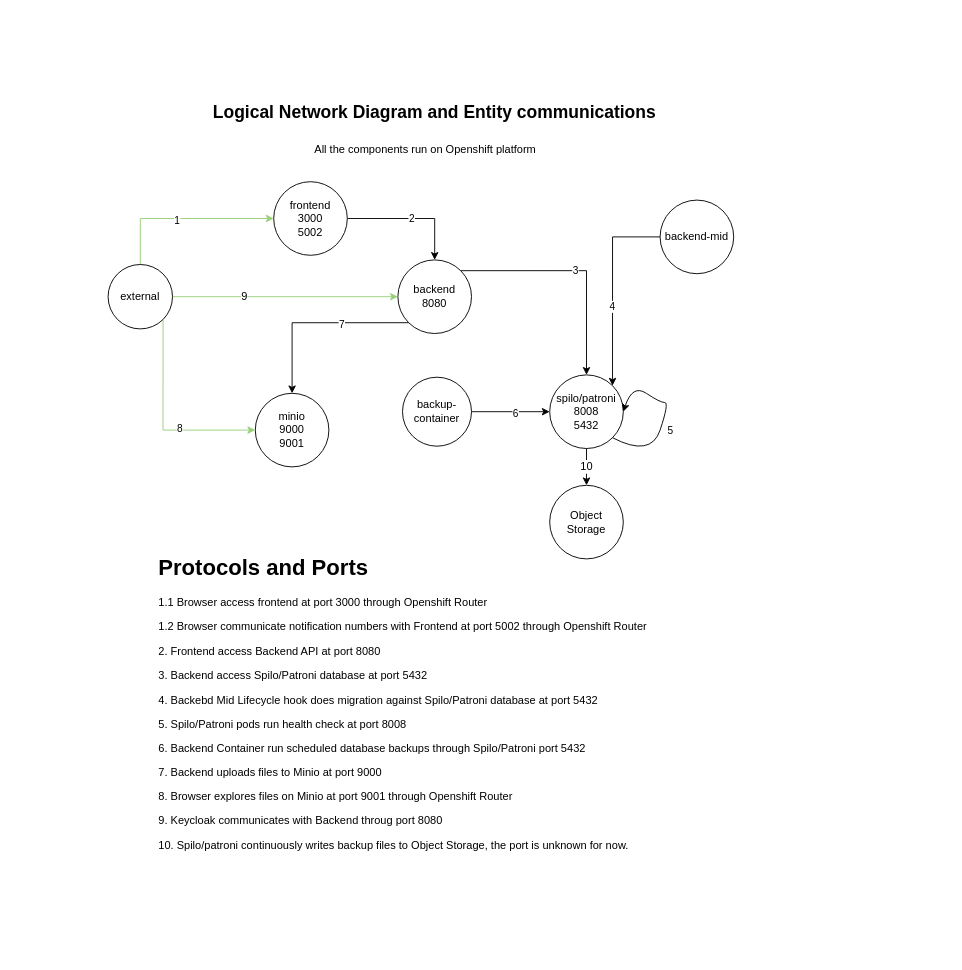
bcgov/itvr keeps this draw.io diagram as openshift/templates/architect-diagram/knp-diagram.drawio. Above is the earlier version. Source tidied: cells renumbered, new cells numbered last; positions are measured from the earlier drawing's top-left corner, leaving out a move shared by most shapes. Both pictures are drawn from the tidied source at 92%, with x=0, y=0 at pixel (108, 98).
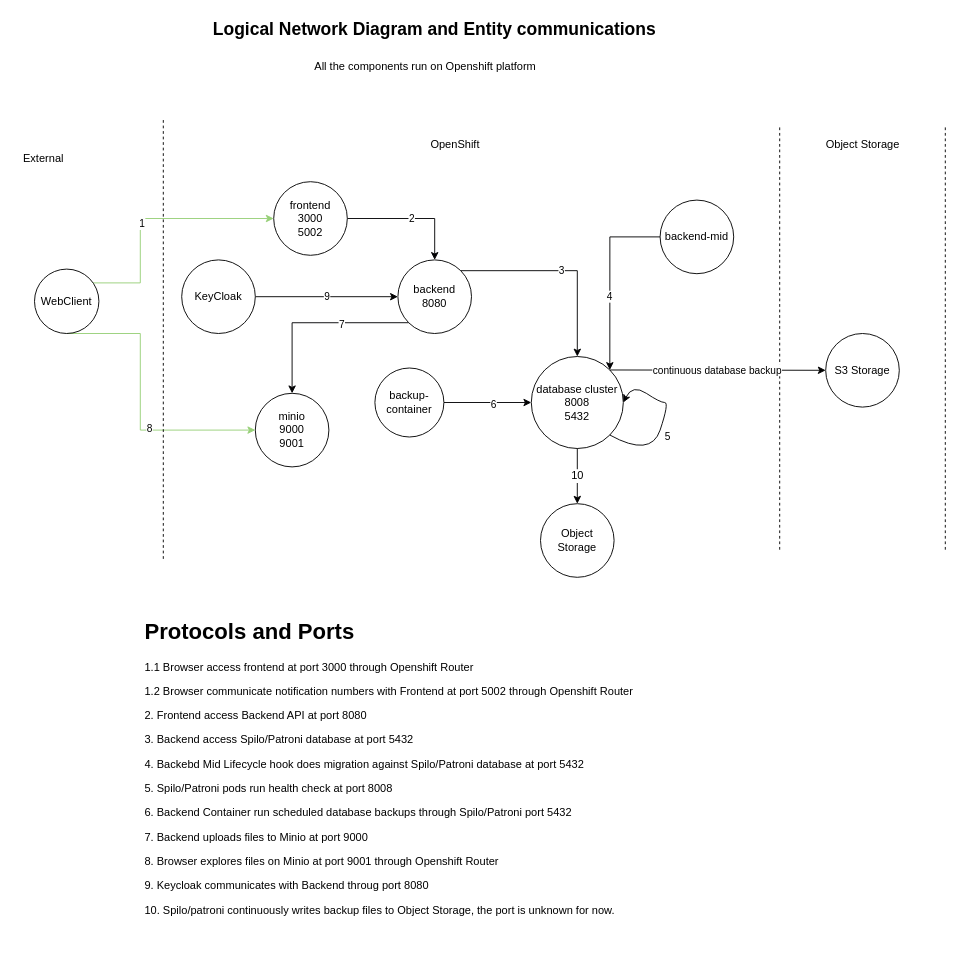
The same page after the edit.

The change refers to these unchanged cells:
```xml
<mxCell id="3" value="frontend&lt;br&gt;3000&lt;br&gt;5002" style="ellipse;whiteSpace=wrap;html=1;" parent="1" vertex="1">
  <mxGeometry x="180" y="90" width="80" height="80" as="geometry" />
</mxCell>
<mxCell id="7" value="backend&lt;br&gt;8080" style="ellipse;whiteSpace=wrap;html=1;" parent="1" vertex="1">
  <mxGeometry x="315" y="175" width="80" height="80" as="geometry" />
</mxCell>
<mxCell id="12" value="minio&lt;br&gt;9000&lt;br&gt;9001" style="ellipse;whiteSpace=wrap;html=1;" parent="1" vertex="1">
  <mxGeometry x="160" y="320" width="80" height="80" as="geometry" />
</mxCell>
```

Diff of the diagram source:
```diff
@@
-    <mxCell id="8" value="spilo/patroni&lt;br&gt;8008&lt;br&gt;5432" style="ellipse;whiteSpace=wrap;html=1;" parent="1" vertex="1">
-      <mxGeometry x="480" y="300" width="80" height="80" as="geometry" />
+    <mxCell id="8" value="database cluster&lt;br&gt;8008&lt;br&gt;5432" style="ellipse;whiteSpace=wrap;html=1;" parent="1" vertex="1">
+      <mxGeometry x="460" y="280" width="100" height="100" as="geometry" />
     </mxCell>
@@
     <mxCell id="11" value="backup-container" style="ellipse;whiteSpace=wrap;html=1;" parent="1" vertex="1">
-      <mxGeometry x="320" y="302.5" width="75" height="75" as="geometry" />
+      <mxGeometry x="290" y="292.5" width="75" height="75" as="geometry" />
     </mxCell>
@@
-    <mxCell id="13" style="edgeStyle=orthogonalEdgeStyle;rounded=0;jettySize=auto;html=1;entryX=0;entryY=0.5;entryDx=0;entryDy=0;strokeColor=#97D077;" parent="1" edge="1" source="19" target="7">
-      <mxGeometry relative="1" as="geometry" />
-    </mxCell>
-    <mxCell id="14" value="9" style="edgeLabel;html=1;align=center;verticalAlign=middle;fontSize=12;" parent="13" vertex="1">
-      <mxGeometry x="-0.37" y="1" relative="1" as="geometry" />
-    </mxCell>
-    <mxCell id="15" style="edgeStyle=orthogonalEdgeStyle;rounded=0;jettySize=auto;html=1;exitX=1;exitY=1;exitDx=0;exitDy=0;entryX=0;entryY=0.5;entryDx=0;entryDy=0;strokeColor=#97D077;" parent="1" edge="1" source="19" target="12">
+    <mxCell id="15" style="edgeStyle=orthogonalEdgeStyle;rounded=0;jettySize=auto;html=1;exitX=0.5;exitY=1;exitDx=0;exitDy=0;entryX=0;entryY=0.5;entryDx=0;entryDy=0;strokeColor=#97D077;" parent="1" edge="1" source="19" target="12">
       <mxGeometry relative="1" as="geometry">
         <Array as="points">
-          <mxPoint x="60" y="360" />
+          <mxPoint x="35" y="360" />
         </Array>
       </mxGeometry>
     </mxCell>
@@
-    <mxCell id="17" style="edgeStyle=orthogonalEdgeStyle;rounded=0;jettySize=auto;html=1;entryX=0;entryY=0.5;entryDx=0;entryDy=0;strokeColor=#97D077;" parent="1" edge="1" source="19" target="3">
+    <mxCell id="17" style="edgeStyle=orthogonalEdgeStyle;rounded=0;jettySize=auto;html=1;entryX=0;entryY=0.5;entryDx=0;entryDy=0;strokeColor=#97D077;exitX=1;exitY=0;exitDx=0;exitDy=0;" parent="1" edge="1" source="19" target="3">
       <mxGeometry relative="1" as="geometry">
         <Array as="points">
+          <mxPoint x="-20" y="200" />
+          <mxPoint x="35" y="200" />
           <mxPoint x="35" y="130" />
         </Array>
       </mxGeometry>
     </mxCell>
@@
-    <mxCell id="19" value="external" style="ellipse;whiteSpace=wrap;html=1;" parent="1" vertex="1">
-      <mxGeometry y="180" width="70" height="70" as="geometry" />
+    <mxCell id="19" value="WebClient" style="ellipse;whiteSpace=wrap;html=1;" parent="1" vertex="1">
+      <mxGeometry x="-80" y="185" width="70" height="70" as="geometry" />
     </mxCell>
@@
     <mxCell id="25" value="&lt;h1&gt;Protocols and Ports&lt;/h1&gt;&lt;p&gt;1.1 Browser access frontend at port 3000 through Openshift Router&lt;/p&gt;&lt;p&gt;1.2 Browser communicate notification numbers with Frontend at port 5002 through Openshift Router&lt;/p&gt;&lt;p&gt;2. Frontend access Backend API at port 8080&lt;/p&gt;&lt;p&gt;3. Backend access Spilo/Patroni database at port 5432&lt;/p&gt;&lt;p&gt;4. Backebd Mid Lifecycle hook does migration against Spilo/Patroni database at port 5432&lt;/p&gt;&lt;p&gt;5. Spilo/Patroni pods run health check at port 8008&lt;/p&gt;&lt;p&gt;6. Backend Container run scheduled database backups through Spilo/Patroni port 5432&lt;/p&gt;&lt;p&gt;7. Backend uploads files to Minio at port 9000&lt;/p&gt;&lt;p&gt;8. Browser explores files on Minio at port 9001 through Openshift Router&lt;/p&gt;&lt;p&gt;9. Keycloak communicates with Backend throug port 8080&lt;/p&gt;&lt;p&gt;10. Spilo/patroni continuously writes backup files to Object Storage, the port is unknown for now.&lt;/p&gt;" style="text;html=1;strokeColor=none;fillColor=none;spacing=5;spacingTop=-20;whiteSpace=wrap;overflow=hidden;rounded=0;" parent="1" vertex="1">
-      <mxGeometry x="50" y="490" width="640" height="370" as="geometry" />
+      <mxGeometry x="35" y="560" width="640" height="370" as="geometry" />
     </mxCell>
     <mxCell id="26" value="Logical Network Diagram and Entity communications" style="text;html=1;strokeColor=none;fillColor=none;align=center;verticalAlign=middle;whiteSpace=wrap;rounded=0;fontStyle=1;fontSize=19;" parent="1" vertex="1">
-      <mxGeometry x="75" width="560" height="30" as="geometry" />
+      <mxGeometry x="75" y="-90" width="560" height="30" as="geometry" />
     </mxCell>
     <mxCell id="27" value="Object Storage" style="ellipse;whiteSpace=wrap;html=1;fontSize=12;" parent="1" vertex="1">
-      <mxGeometry x="480" y="420" width="80" height="80" as="geometry" />
+      <mxGeometry x="470" y="440" width="80" height="80" as="geometry" />
     </mxCell>
@@
     <mxCell id="29" value="All the components run on Openshift platform" style="text;html=1;strokeColor=none;fillColor=none;align=center;verticalAlign=middle;whiteSpace=wrap;rounded=0;fontSize=12;" parent="1" vertex="1">
-      <mxGeometry x="215" y="40" width="260" height="30" as="geometry" />
+      <mxGeometry x="215" y="-50" width="260" height="30" as="geometry" />
     </mxCell>
+    <mxCell id="30" value="OpenShift" style="text;html=1;strokeColor=none;fillColor=none;align=center;verticalAlign=middle;whiteSpace=wrap;rounded=0;" parent="1" vertex="1">
+      <mxGeometry x="330" y="20" width="95" height="60" as="geometry" />
+    </mxCell>
+    <mxCell id="14" value="9" style="edgeStyle=orthogonalEdgeStyle;rounded=0;jettySize=auto;html=1;" parent="1" edge="1" source="31" target="7">
+      <mxGeometry relative="1" as="geometry" />
+    </mxCell>
+    <mxCell id="31" value="KeyCloak" style="ellipse;whiteSpace=wrap;html=1;" parent="1" vertex="1">
+      <mxGeometry x="80" y="175" width="80" height="80" as="geometry" />
+    </mxCell>
+    <mxCell id="32" style="endArrow=none;dashed=1;html=1;rounded=0;" parent="1" edge="1">
+      <mxGeometry relative="1" as="geometry">
+        <mxPoint x="60" y="500" as="sourcePoint" />
+        <mxPoint x="60" y="20" as="targetPoint" />
+      </mxGeometry>
+    </mxCell>
+    <mxCell id="33" style="endArrow=none;dashed=1;html=1;rounded=0;" parent="1" edge="1">
+      <mxGeometry relative="1" as="geometry">
+        <mxPoint x="730" y="490" as="sourcePoint" />
+        <mxPoint x="730" y="30" as="targetPoint" />
+      </mxGeometry>
+    </mxCell>
+    <mxCell id="34" value="External" style="text;html=1;strokeColor=none;fillColor=none;align=center;verticalAlign=middle;whiteSpace=wrap;rounded=0;" parent="1" vertex="1">
+      <mxGeometry x="-100" y="50" width="60" height="30" as="geometry" />
+    </mxCell>
+    <mxCell id="35" style="endArrow=none;dashed=1;html=1;rounded=0;" parent="1" edge="1">
+      <mxGeometry relative="1" as="geometry">
+        <mxPoint x="910" y="490" as="sourcePoint" />
+        <mxPoint x="910" y="30" as="targetPoint" />
+      </mxGeometry>
+    </mxCell>
+    <mxCell id="36" value="Object Storage" style="text;html=1;strokeColor=none;fillColor=none;align=center;verticalAlign=middle;whiteSpace=wrap;rounded=0;" parent="1" vertex="1">
+      <mxGeometry x="772.5" y="20" width="95" height="60" as="geometry" />
+    </mxCell>
+    <mxCell id="37" value="S3 Storage" style="ellipse;whiteSpace=wrap;html=1;" parent="1" vertex="1">
+      <mxGeometry x="780" y="255" width="80" height="80" as="geometry" />
+    </mxCell>
+    <mxCell id="38" style="endArrow=classic;html=1;rounded=0;entryX=0;entryY=0.5;entryDx=0;entryDy=0;exitX=1;exitY=0;exitDx=0;exitDy=0;" parent="1" edge="1" source="8" target="37">
+      <mxGeometry relative="1" as="geometry" />
+    </mxCell>
+    <mxCell id="39" value="continuous database backup" style="edgeLabel;html=1;align=center;verticalAlign=middle;" parent="38" vertex="1">
+      <mxGeometry x="-0.01" relative="1" as="geometry" />
+    </mxCell>
```
